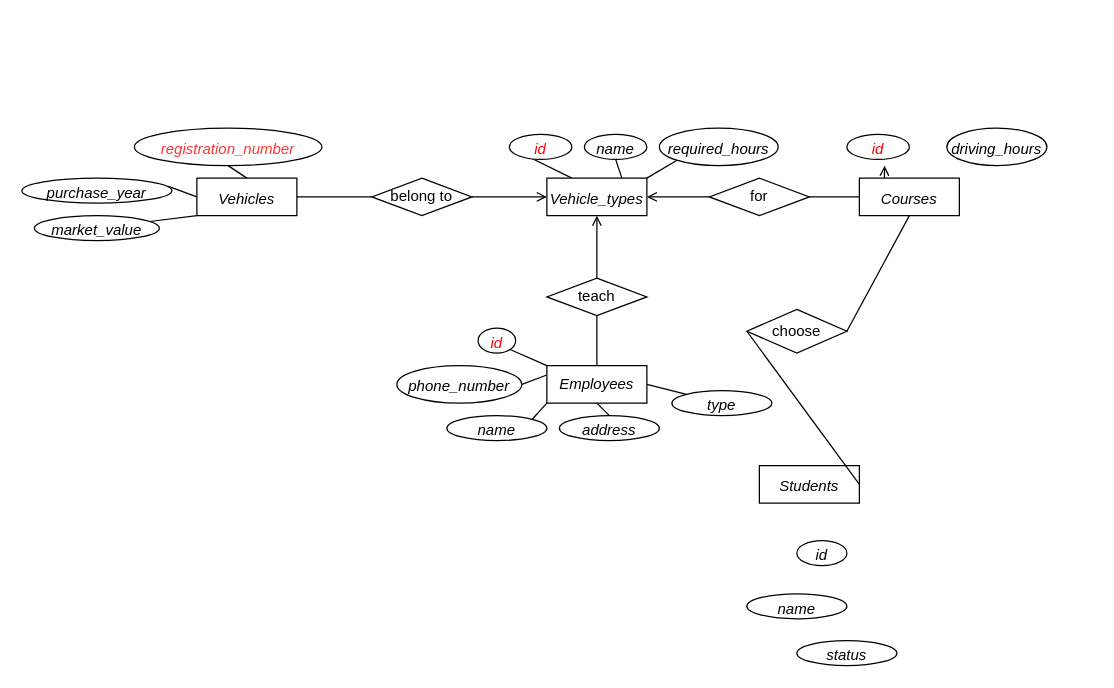
The draw.io diagram 未命名绘图.drawio in Jiangyan-WANG/study_brhm, before the edit. Source tidied: cells renumbered, new cells numbered last; positions are measured from the earlier drawing's top-left corner, leaving out a move shared by most shapes. Both pictures are drawn from the tidied source at 125%, with x=0, y=0 at pixel (21, 128).
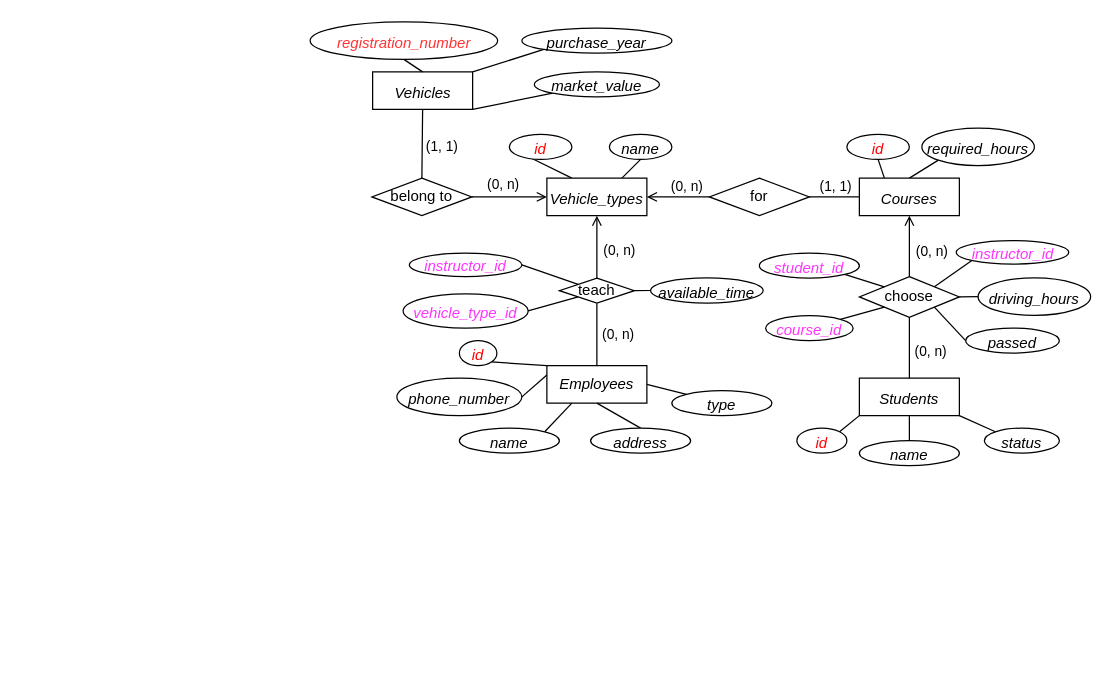
The same page after the edit.

The change refers to these unchanged cells:
```xml
<mxCell id="9" value="Courses&lt;span style=&quot;font-size: medium; text-align: start;&quot;&gt;&lt;/span&gt;" style="rounded=0;whiteSpace=wrap;html=1;fontStyle=2;" parent="1" vertex="1">
  <mxGeometry x="670" y="40" width="80" height="30" as="geometry" />
</mxCell>
<mxCell id="19" value="Employees" style="rounded=0;whiteSpace=wrap;html=1;fontStyle=2;" parent="1" vertex="1">
  <mxGeometry x="420" y="190" width="80" height="30" as="geometry" />
</mxCell>
<mxCell id="29" value="belong to" style="rhombus;whiteSpace=wrap;html=1;" parent="1" vertex="1">
  <mxGeometry x="280" y="40" width="80" height="30" as="geometry" />
</mxCell>
<mxCell id="32" value="Vehicle_types&lt;span style=&quot;font-size: medium; text-align: start;&quot;&gt;&lt;/span&gt;" style="rounded=0;whiteSpace=wrap;html=1;fontStyle=2;" parent="1" vertex="1">
  <mxGeometry x="420" y="40" width="80" height="30" as="geometry" />
</mxCell>
<mxCell id="46" value="id&lt;span style=&quot;font-size: medium; text-align: start;&quot;&gt;&lt;/span&gt;" style="ellipse;whiteSpace=wrap;html=1;fontStyle=2;fontColor=#FF0000;" parent="1" vertex="1">
  <mxGeometry x="660" y="5" width="50" height="20" as="geometry" />
</mxCell>
```

Diff of the diagram source:
```diff
@@
-    <mxCell id="2" style="edgeStyle=none;rounded=0;jettySize=auto;html=1;exitX=0;exitY=0.5;exitDx=0;exitDy=0;entryX=0.977;entryY=0.333;entryDx=0;entryDy=0;entryPerimeter=0;endArrow=none;endFill=0;" parent="1" edge="1" source="5" target="12">
+    <mxCell id="2" style="edgeStyle=none;rounded=0;jettySize=auto;html=1;exitX=1;exitY=0;exitDx=0;exitDy=0;entryX=0;entryY=1;entryDx=0;entryDy=0;endArrow=none;endFill=0;" parent="1" edge="1" source="5" target="12">
       <mxGeometry relative="1" as="geometry" />
     </mxCell>
-    <mxCell id="3" style="edgeStyle=none;rounded=0;jettySize=auto;html=1;exitX=0;exitY=1;exitDx=0;exitDy=0;endArrow=none;endFill=0;" parent="1" edge="1" source="5" target="13">
+    <mxCell id="3" style="edgeStyle=none;rounded=0;jettySize=auto;html=1;exitX=1;exitY=1;exitDx=0;exitDy=0;endArrow=none;endFill=0;entryX=0;entryY=1;entryDx=0;entryDy=0;" parent="1" edge="1" source="5" target="13">
       <mxGeometry relative="1" as="geometry" />
     </mxCell>
-    <mxCell id="4" style="edgeStyle=none;rounded=0;jettySize=auto;html=1;exitX=1;exitY=0.5;exitDx=0;exitDy=0;entryX=0;entryY=0.5;entryDx=0;entryDy=0;endArrow=none;endFill=0;" parent="1" edge="1" source="5" target="29">
+    <mxCell id="4" style="edgeStyle=none;rounded=0;jettySize=auto;html=1;exitX=0.5;exitY=1;exitDx=0;exitDy=0;entryX=0.5;entryY=0;entryDx=0;entryDy=0;endArrow=none;endFill=0;" parent="1" edge="1" source="5" target="29">
       <mxGeometry relative="1" as="geometry" />
     </mxCell>
+    <mxCell id="47" value="(1, 1)" style="edgeLabel;html=1;align=center;verticalAlign=middle;fontColor=#000000;" parent="4" vertex="1">
+      <mxGeometry x="-0.31" y="5" relative="1" as="geometry">
+        <mxPoint x="10" y="10" as="offset" />
+      </mxGeometry>
+    </mxCell>
     <mxCell id="5" value="Vehicles&lt;span style=&quot;font-size: medium; text-align: start;&quot;&gt;&lt;/span&gt;" style="rounded=0;whiteSpace=wrap;html=1;fontStyle=2;" parent="1" vertex="1">
-      <mxGeometry x="140" y="40" width="80" height="30" as="geometry" />
+      <mxGeometry x="280.6" y="-45" width="80" height="30" as="geometry" />
     </mxCell>
     <mxCell id="6" value="Students&lt;span style=&quot;font-size: medium; text-align: start;&quot;&gt;&lt;/span&gt;" style="rounded=0;whiteSpace=wrap;html=1;fontStyle=2;" parent="1" vertex="1">
-      <mxGeometry x="590" y="270" width="80" height="30" as="geometry" />
+      <mxGeometry x="670" y="200" width="80" height="30" as="geometry" />
     </mxCell>
@@
-    <mxCell id="8" style="edgeStyle=none;rounded=0;jettySize=auto;html=1;exitX=0.25;exitY=0;exitDx=0;exitDy=0;fontColor=#FF0000;endArrow=open;endFill=0;" parent="1" edge="1" source="9">
-      <mxGeometry relative="1" as="geometry">
-        <mxPoint x="690.2" y="30" as="targetPoint" />
-      </mxGeometry>
-    </mxCell>
+    <mxCell id="48" style="edgeStyle=none;rounded=0;jettySize=auto;html=1;exitX=0.25;exitY=0;exitDx=0;exitDy=0;entryX=0.5;entryY=1;entryDx=0;entryDy=0;fontColor=#FF0000;endArrow=none;endFill=0;" parent="1" edge="1" source="9" target="46">
+      <mxGeometry relative="1" as="geometry" />
+    </mxCell>
+    <mxCell id="49" style="edgeStyle=none;rounded=0;jettySize=auto;html=1;exitX=0.5;exitY=0;exitDx=0;exitDy=0;entryX=0;entryY=1;entryDx=0;entryDy=0;fontColor=#FF0000;endArrow=none;endFill=0;" parent="1" edge="1" source="9" target="41">
+      <mxGeometry relative="1" as="geometry" />
+    </mxCell>
@@
     <mxCell id="10" value="registration_number&lt;span style=&quot;font-size: medium; text-align: start;&quot;&gt;&lt;/span&gt;" style="ellipse;whiteSpace=wrap;html=1;fontStyle=2;fontColor=#FF3333;" parent="1" vertex="1">
-      <mxGeometry x="90" width="150" height="30" as="geometry" />
+      <mxGeometry x="230.6" y="-85" width="150" height="30" as="geometry" />
     </mxCell>
@@
     <mxCell id="12" value="purchase_year&lt;span style=&quot;font-size: medium; text-align: start;&quot;&gt;&lt;/span&gt;" style="ellipse;whiteSpace=wrap;html=1;fontStyle=2;" parent="1" vertex="1">
-      <mxGeometry y="40" width="120" height="20" as="geometry" />
+      <mxGeometry x="400" y="-80" width="120" height="20" as="geometry" />
     </mxCell>
     <mxCell id="13" value="market_value&lt;span style=&quot;font-size: medium; text-align: start;&quot;&gt;&lt;/span&gt;" style="ellipse;whiteSpace=wrap;html=1;fontStyle=2;" parent="1" vertex="1">
-      <mxGeometry x="10" y="70" width="100" height="20" as="geometry" />
+      <mxGeometry x="410" y="-45" width="100" height="20" as="geometry" />
     </mxCell>
-    <mxCell id="14" style="edgeStyle=none;rounded=0;jettySize=auto;html=1;exitX=0;exitY=0.5;exitDx=0;exitDy=0;entryX=1;entryY=0.5;entryDx=0;entryDy=0;endArrow=none;endFill=0;" parent="1" edge="1" source="16" target="6">
+    <mxCell id="14" style="edgeStyle=none;rounded=0;jettySize=auto;html=1;exitX=0.5;exitY=1;exitDx=0;exitDy=0;entryX=0.5;entryY=0;entryDx=0;entryDy=0;endArrow=none;endFill=0;" parent="1" edge="1" source="16" target="6">
       <mxGeometry relative="1" as="geometry" />
     </mxCell>
-    <mxCell id="15" style="edgeStyle=none;rounded=0;jettySize=auto;html=1;exitX=1;exitY=0.5;exitDx=0;exitDy=0;entryX=0.5;entryY=1;entryDx=0;entryDy=0;endArrow=none;endFill=0;" parent="1" edge="1" source="16" target="9">
+    <mxCell id="15" style="edgeStyle=none;rounded=0;jettySize=auto;html=1;exitX=0.5;exitY=0;exitDx=0;exitDy=0;entryX=0.5;entryY=1;entryDx=0;entryDy=0;endArrow=open;endFill=0;" parent="1" edge="1" source="16" target="9">
       <mxGeometry relative="1" as="geometry" />
     </mxCell>
+    <mxCell id="50" style="edgeStyle=none;rounded=0;jettySize=auto;html=1;exitX=1;exitY=0;exitDx=0;exitDy=0;entryX=0;entryY=1;entryDx=0;entryDy=0;fontColor=#FF33FF;endArrow=none;endFill=0;" parent="1" edge="1" source="16" target="67">
+      <mxGeometry relative="1" as="geometry" />
+    </mxCell>
     <mxCell id="16" value="choose" style="rhombus;whiteSpace=wrap;html=1;" parent="1" vertex="1">
-      <mxGeometry x="580" y="145" width="80" height="35" as="geometry" />
+      <mxGeometry x="670" y="118.8" width="80" height="32.5" as="geometry" />
     </mxCell>
@@
-    <mxCell id="20" style="edgeStyle=none;rounded=0;jettySize=auto;html=1;exitX=1;exitY=0;exitDx=0;exitDy=0;entryX=0;entryY=1;entryDx=0;entryDy=0;endArrow=none;endFill=0;" parent="1" edge="1" source="21" target="19">
+    <mxCell id="20" style="edgeStyle=none;rounded=0;jettySize=auto;html=1;exitX=1;exitY=0;exitDx=0;exitDy=0;entryX=0.25;entryY=1;entryDx=0;entryDy=0;endArrow=none;endFill=0;" parent="1" edge="1" source="21" target="19">
       <mxGeometry relative="1" as="geometry" />
     </mxCell>
     <mxCell id="21" value="name&lt;span style=&quot;font-size: medium; text-align: start;&quot;&gt;&lt;/span&gt;" style="ellipse;whiteSpace=wrap;html=1;fontStyle=2;verticalAlign=middle;" parent="1" vertex="1">
-      <mxGeometry x="340" y="230" width="80" height="20" as="geometry" />
+      <mxGeometry x="350" y="240" width="80" height="20" as="geometry" />
     </mxCell>
@@
     <mxCell id="23" value="address&lt;span style=&quot;font-size: medium; text-align: start;&quot;&gt;&lt;/span&gt;" style="ellipse;whiteSpace=wrap;html=1;fontStyle=2;verticalAlign=middle;" parent="1" vertex="1">
-      <mxGeometry x="430" y="230" width="80" height="20" as="geometry" />
+      <mxGeometry x="455" y="240" width="80" height="20" as="geometry" />
     </mxCell>
@@
     <mxCell id="25" value="phone_number&lt;span style=&quot;font-size: medium; text-align: start;&quot;&gt;&lt;/span&gt;" style="ellipse;whiteSpace=wrap;html=1;fontStyle=2;verticalAlign=middle;" parent="1" vertex="1">
-      <mxGeometry x="300" y="190" width="100" height="30" as="geometry" />
+      <mxGeometry x="300" y="200" width="100" height="30" as="geometry" />
     </mxCell>
@@
+    <mxCell id="51" style="edgeStyle=none;rounded=0;jettySize=auto;html=1;exitX=0.5;exitY=0;exitDx=0;exitDy=0;entryX=0.5;entryY=1;entryDx=0;entryDy=0;fontColor=#FF0000;endArrow=none;endFill=0;" parent="1" edge="1" source="27" target="6">
+      <mxGeometry relative="1" as="geometry" />
+    </mxCell>
     <mxCell id="27" value="name&lt;span style=&quot;font-size: medium; text-align: start;&quot;&gt;&lt;/span&gt;" style="ellipse;whiteSpace=wrap;html=1;fontStyle=2;verticalAlign=middle;" parent="1" vertex="1">
-      <mxGeometry x="580" y="372.5" width="80" height="20" as="geometry" />
+      <mxGeometry x="670" y="250" width="80" height="20" as="geometry" />
     </mxCell>
@@
     <mxCell id="34" value="name&lt;span style=&quot;font-size: medium; text-align: start;&quot;&gt;&lt;/span&gt;" style="ellipse;whiteSpace=wrap;html=1;fontStyle=2;" parent="1" vertex="1">
-      <mxGeometry x="450" y="5" width="50" height="20" as="geometry" />
+      <mxGeometry x="470" y="5" width="50" height="20" as="geometry" />
     </mxCell>
@@
     <mxCell id="36" value="id&lt;span style=&quot;font-size: medium; text-align: start;&quot;&gt;&lt;/span&gt;" style="ellipse;whiteSpace=wrap;html=1;fontStyle=2;verticalAlign=middle;fontColor=#FF0000;" parent="1" vertex="1">
-      <mxGeometry x="365" y="160" width="30" height="20" as="geometry" />
+      <mxGeometry x="350" y="170" width="30" height="20" as="geometry" />
     </mxCell>
@@
+    <mxCell id="52" style="edgeStyle=none;rounded=0;jettySize=auto;html=1;exitX=1;exitY=0.5;exitDx=0;exitDy=0;entryX=0;entryY=0.5;entryDx=0;entryDy=0;fontColor=#FF33FF;endArrow=none;endFill=0;" parent="1" edge="1" source="38" target="72">
+      <mxGeometry relative="1" as="geometry" />
+    </mxCell>
     <mxCell id="38" value="teach" style="rhombus;whiteSpace=wrap;html=1;" parent="1" vertex="1">
-      <mxGeometry x="420" y="120" width="80" height="30" as="geometry" />
+      <mxGeometry x="430" y="120" width="60" height="20" as="geometry" />
     </mxCell>
+    <mxCell id="53" style="edgeStyle=none;rounded=0;jettySize=auto;html=1;exitX=1;exitY=0;exitDx=0;exitDy=0;entryX=0;entryY=1;entryDx=0;entryDy=0;fontColor=#FF0000;endArrow=none;endFill=0;" parent="1" edge="1" source="39" target="6">
+      <mxGeometry relative="1" as="geometry" />
+    </mxCell>
-    <mxCell id="39" value="id&lt;span style=&quot;font-size: medium; text-align: start;&quot;&gt;&lt;/span&gt;" style="ellipse;whiteSpace=wrap;html=1;fontStyle=2;verticalAlign=middle;" parent="1" vertex="1">
-      <mxGeometry x="620" y="330" width="40" height="20" as="geometry" />
+    <mxCell id="39" value="id&lt;span style=&quot;font-size: medium; text-align: start;&quot;&gt;&lt;/span&gt;" style="ellipse;whiteSpace=wrap;html=1;fontStyle=2;verticalAlign=middle;strokeColor=#000000;fontColor=#FF0000;" parent="1" vertex="1">
+      <mxGeometry x="620" y="240" width="40" height="20" as="geometry" />
     </mxCell>
+    <mxCell id="54" style="edgeStyle=none;rounded=0;jettySize=auto;html=1;exitX=0;exitY=0;exitDx=0;exitDy=0;entryX=1;entryY=1;entryDx=0;entryDy=0;fontColor=#FF0000;endArrow=none;endFill=0;" parent="1" edge="1" source="40" target="6">
+      <mxGeometry relative="1" as="geometry" />
+    </mxCell>
     <mxCell id="40" value="status&lt;span style=&quot;font-size: medium; text-align: start;&quot;&gt;&lt;/span&gt;" style="ellipse;whiteSpace=wrap;html=1;fontStyle=2;verticalAlign=middle;" parent="1" vertex="1">
-      <mxGeometry x="620" y="410" width="80" height="20" as="geometry" />
+      <mxGeometry x="770" y="240" width="60" height="20" as="geometry" />
     </mxCell>
-    <mxCell id="41" value="driving_hours&lt;span style=&quot;font-size: medium; text-align: start;&quot;&gt;&lt;/span&gt;" style="ellipse;whiteSpace=wrap;html=1;fontStyle=2;verticalAlign=middle;" parent="1" vertex="1">
-      <mxGeometry x="740" width="80" height="30" as="geometry" />
+    <mxCell id="41" value="required_hours&lt;span style=&quot;font-size: medium; text-align: start;&quot;&gt;&lt;/span&gt;" style="ellipse;whiteSpace=wrap;html=1;fontStyle=2;verticalAlign=middle;" parent="1" vertex="1">
+      <mxGeometry x="720" width="90" height="30" as="geometry" />
     </mxCell>
-    <mxCell id="42" style="edgeStyle=none;rounded=0;jettySize=auto;html=1;exitX=0;exitY=1;exitDx=0;exitDy=0;entryX=1;entryY=0;entryDx=0;entryDy=0;fontColor=#FF0000;endArrow=none;endFill=0;" parent="1" edge="1" source="43" target="32">
-      <mxGeometry relative="1" as="geometry" />
-    </mxCell>
-    <mxCell id="43" value="required_hours&lt;span style=&quot;font-size: medium; text-align: start;&quot;&gt;&lt;/span&gt;" style="ellipse;whiteSpace=wrap;html=1;fontStyle=2;verticalAlign=middle;" parent="1" vertex="1">
-      <mxGeometry x="510" width="95" height="30" as="geometry" />
-    </mxCell>
@@
+    <mxCell id="55" style="edgeStyle=none;rounded=0;jettySize=auto;html=1;exitX=1;exitY=1;exitDx=0;exitDy=0;entryX=0;entryY=0;entryDx=0;entryDy=0;fontColor=#FF33FF;endArrow=none;endFill=0;" parent="1" edge="1" source="56" target="16">
+      <mxGeometry relative="1" as="geometry" />
+    </mxCell>
+    <mxCell id="56" value="student_id&lt;span style=&quot;font-size: medium; text-align: start;&quot;&gt;&lt;/span&gt;" style="ellipse;whiteSpace=wrap;html=1;fontStyle=2;verticalAlign=middle;strokeColor=#000000;fontColor=#FF33FF;" parent="1" vertex="1">
+      <mxGeometry x="590" y="100" width="80" height="20" as="geometry" />
+    </mxCell>
+    <mxCell id="57" style="edgeStyle=none;rounded=0;jettySize=auto;html=1;exitX=1;exitY=0;exitDx=0;exitDy=0;entryX=0;entryY=1;entryDx=0;entryDy=0;fontColor=#FF33FF;endArrow=none;endFill=0;" parent="1" edge="1" source="58" target="16">
+      <mxGeometry relative="1" as="geometry" />
+    </mxCell>
+    <mxCell id="58" value="course_id&lt;span style=&quot;font-size: medium; text-align: start;&quot;&gt;&lt;/span&gt;" style="ellipse;whiteSpace=wrap;html=1;fontStyle=2;verticalAlign=middle;strokeColor=#000000;fontColor=#FF33FF;" parent="1" vertex="1">
+      <mxGeometry x="595" y="150" width="70" height="20" as="geometry" />
+    </mxCell>
+    <mxCell id="59" style="edgeStyle=none;rounded=0;jettySize=auto;html=1;exitX=0;exitY=0.5;exitDx=0;exitDy=0;entryX=1;entryY=0.5;entryDx=0;entryDy=0;fontColor=#FF33FF;endArrow=none;endFill=0;" parent="1" edge="1" source="60" target="16">
+      <mxGeometry relative="1" as="geometry" />
+    </mxCell>
+    <mxCell id="60" value="driving_hours&lt;span style=&quot;font-size: medium; text-align: start;&quot;&gt;&lt;/span&gt;" style="ellipse;whiteSpace=wrap;html=1;fontStyle=2;verticalAlign=middle;" parent="1" vertex="1">
+      <mxGeometry x="765" y="119.8" width="90" height="30" as="geometry" />
+    </mxCell>
+    <mxCell id="61" style="edgeStyle=none;rounded=0;jettySize=auto;html=1;exitX=0;exitY=0.5;exitDx=0;exitDy=0;entryX=1;entryY=1;entryDx=0;entryDy=0;fontColor=#FF33FF;endArrow=none;endFill=0;" parent="1" edge="1" source="62" target="16">
+      <mxGeometry relative="1" as="geometry" />
+    </mxCell>
+    <mxCell id="62" value="passed&lt;span style=&quot;font-size: medium; text-align: start;&quot;&gt;&lt;/span&gt;" style="ellipse;whiteSpace=wrap;html=1;fontStyle=2;verticalAlign=middle;" parent="1" vertex="1">
+      <mxGeometry x="755" y="160" width="75" height="20" as="geometry" />
+    </mxCell>
+    <mxCell id="63" value="(0, n)" style="edgeLabel;html=1;align=center;verticalAlign=middle;fontColor=#000000;" parent="1" vertex="1">
+      <mxGeometry x="390" y="45" as="geometry">
+        <mxPoint x="-6" y="-1" as="offset" />
+      </mxGeometry>
+    </mxCell>
+    <mxCell id="64" value="(0, n)" style="edgeLabel;html=1;align=center;verticalAlign=middle;fontColor=#000000;" parent="1" vertex="1">
+      <mxGeometry x="530" y="48" as="geometry">
+        <mxPoint x="1" y="-2" as="offset" />
+      </mxGeometry>
+    </mxCell>
+    <mxCell id="65" value="(1, 1)" style="edgeLabel;html=1;align=center;verticalAlign=middle;fontColor=#000000;" parent="1" vertex="1">
+      <mxGeometry x="650" y="46" as="geometry" />
+    </mxCell>
+    <mxCell id="66" value="(0, n)" style="edgeLabel;html=1;align=center;verticalAlign=middle;fontColor=#000000;" parent="1" vertex="1">
+      <mxGeometry x="725" y="180" as="geometry">
+        <mxPoint x="1" y="-2" as="offset" />
+      </mxGeometry>
+    </mxCell>
+    <mxCell id="67" value="instructor_id&lt;span style=&quot;font-size: medium; text-align: start;&quot;&gt;&lt;/span&gt;" style="ellipse;whiteSpace=wrap;html=1;fontStyle=2;verticalAlign=middle;fontColor=#FF33FF;" parent="1" vertex="1">
+      <mxGeometry x="747.5" y="90" width="90" height="18.8" as="geometry" />
+    </mxCell>
+    <mxCell id="68" style="edgeStyle=none;rounded=0;jettySize=auto;html=1;exitX=1;exitY=0.5;exitDx=0;exitDy=0;entryX=0;entryY=0;entryDx=0;entryDy=0;fontColor=#FF33FF;endArrow=none;endFill=0;" parent="1" edge="1" source="69" target="38">
+      <mxGeometry relative="1" as="geometry" />
+    </mxCell>
+    <mxCell id="69" value="instructor_id&lt;span style=&quot;font-size: medium; text-align: start;&quot;&gt;&lt;/span&gt;" style="ellipse;whiteSpace=wrap;html=1;fontStyle=2;verticalAlign=middle;fontColor=#FF33FF;" parent="1" vertex="1">
+      <mxGeometry x="310" y="100" width="90" height="18.8" as="geometry" />
+    </mxCell>
+    <mxCell id="70" style="edgeStyle=none;rounded=0;jettySize=auto;html=1;exitX=1;exitY=0.5;exitDx=0;exitDy=0;entryX=0;entryY=1;entryDx=0;entryDy=0;fontColor=#FF33FF;endArrow=none;endFill=0;" parent="1" edge="1" source="71" target="38">
+      <mxGeometry relative="1" as="geometry" />
+    </mxCell>
+    <mxCell id="71" value="vehicle_type_id&lt;span style=&quot;font-size: medium; text-align: start;&quot;&gt;&lt;/span&gt;" style="ellipse;whiteSpace=wrap;html=1;fontStyle=2;verticalAlign=middle;fontColor=#FF33FF;" parent="1" vertex="1">
+      <mxGeometry x="305" y="132.5" width="100" height="27.5" as="geometry" />
+    </mxCell>
+    <mxCell id="72" value="available_time&lt;span style=&quot;font-size: medium; text-align: start;&quot;&gt;&lt;/span&gt;" style="ellipse;whiteSpace=wrap;html=1;fontStyle=2;verticalAlign=middle;" parent="1" vertex="1">
+      <mxGeometry x="503" y="119.8" width="90" height="20.2" as="geometry" />
+    </mxCell>
+    <mxCell id="73" value="(0, n)" style="edgeLabel;html=1;align=center;verticalAlign=middle;fontColor=#000000;" parent="1" vertex="1">
+      <mxGeometry x="726" y="100" as="geometry">
+        <mxPoint x="1" y="-2" as="offset" />
+      </mxGeometry>
+    </mxCell>
+    <mxCell id="74" value="(0, n)" style="edgeLabel;html=1;align=center;verticalAlign=middle;fontColor=#000000;" parent="1" vertex="1">
+      <mxGeometry x="475" y="166" as="geometry">
+        <mxPoint x="1" y="-2" as="offset" />
+      </mxGeometry>
+    </mxCell>
+    <mxCell id="75" value="(0, n)" style="edgeLabel;html=1;align=center;verticalAlign=middle;fontColor=#000000;" parent="1" vertex="1">
+      <mxGeometry x="476" y="99.8" as="geometry">
+        <mxPoint x="1" y="-2" as="offset" />
+      </mxGeometry>
+    </mxCell>
```
